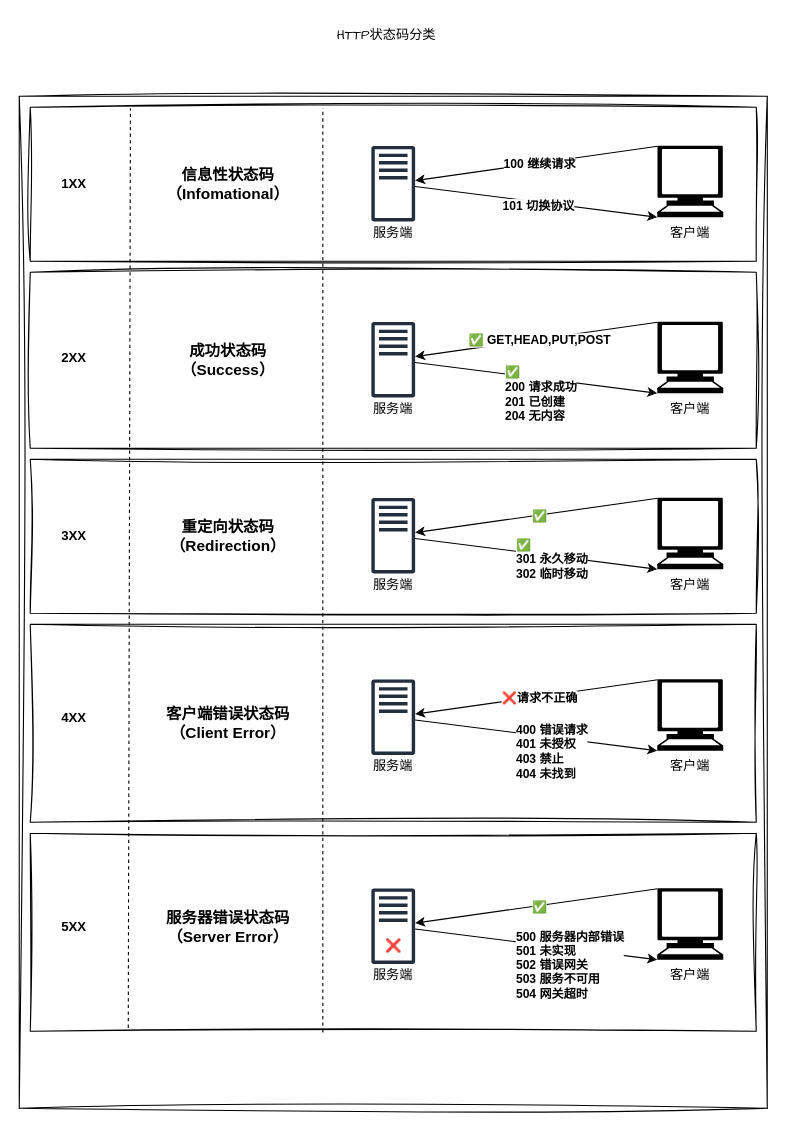
Earlier version of the draw.io diagram image-text/HTTP状态码分类.drawio (Rodert/javapub_oss). Source tidied: cells renumbered, new cells numbered last; positions are measured from the earlier drawing's top-left corner, leaving out a move shared by most shapes. Both pictures are drawn from the tidied source at 110%, with x=0, y=0 at pixel (19, 19).
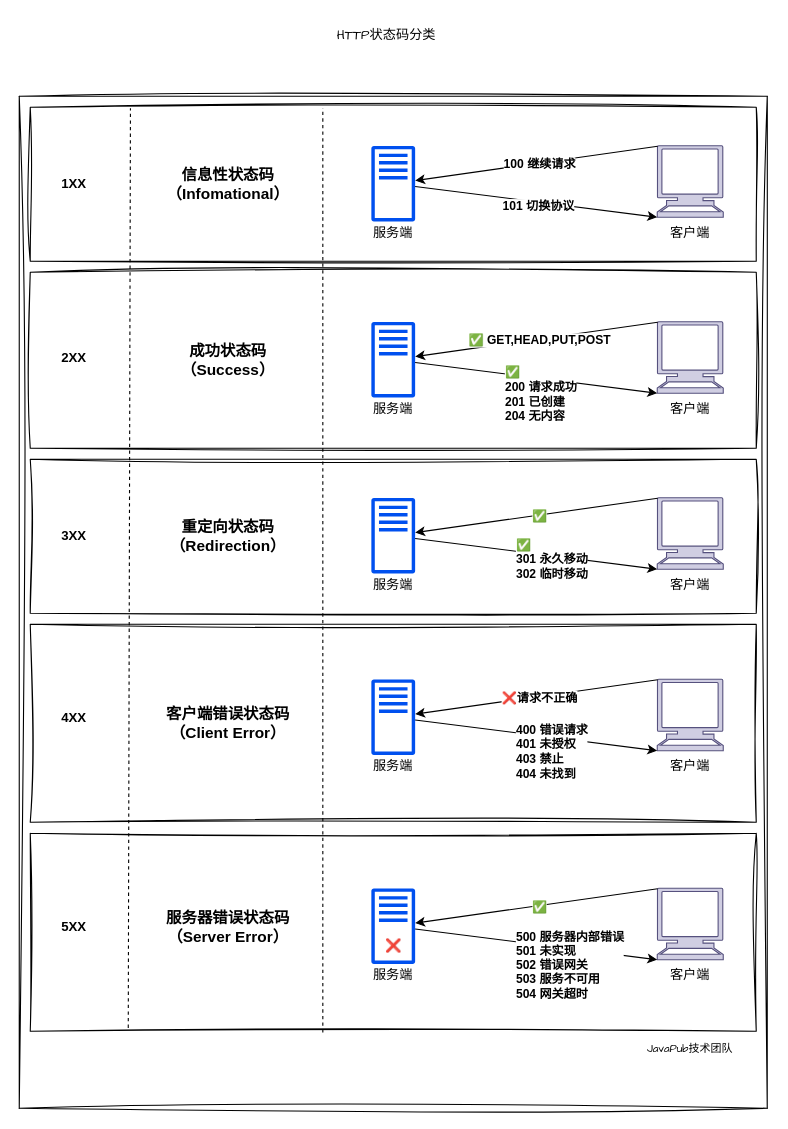
The same diagram, later.

Commit message (it also covers changes not shown here):
更新HTTP状态码分类.drawio

What changed in the source:
```diff
@@
-    <mxCell id="10" style="sketch=0;outlineConnect=0;fontColor=#232F3E;gradientColor=none;fillColor=#232F3D;strokeColor=none;dashed=0;verticalLabelPosition=bottom;verticalAlign=top;align=center;html=1;fontSize=12;fontStyle=0;shape=mxgraph.aws4.traditional_server;hachureGap=4;jiggle=2;curveFitting=1;fontFamily=Architects Daughter;" parent="1" vertex="1">
+    <mxCell id="10" style="sketch=0;outlineConnect=0;fillColor=#0050ef;strokeColor=#001DBC;dashed=0;verticalLabelPosition=bottom;verticalAlign=top;align=center;html=1;fontSize=12;fontStyle=0;shape=mxgraph.aws4.traditional_server;hachureGap=4;jiggle=2;curveFitting=1;fontFamily=Architects Daughter;fontColor=#ffffff;" parent="1" vertex="1">
       <mxGeometry x="320.1" y="115" width="39.8" height="69" as="geometry" />
     </mxCell>
-    <mxCell id="11" style="shape=mxgraph.signs.tech.computer;html=1;fillColor=#000000;strokeColor=none;verticalLabelPosition=bottom;verticalAlign=top;align=center;hachureGap=4;fontFamily=Architects Daughter;" parent="1" vertex="1">
+    <mxCell id="11" style="shape=mxgraph.signs.tech.computer;html=1;fillColor=#d0cee2;strokeColor=#56517e;verticalLabelPosition=bottom;verticalAlign=top;align=center;hachureGap=4;fontFamily=Architects Daughter;" parent="1" vertex="1">
       <mxGeometry x="580" y="115" width="60" height="65" as="geometry" />
     </mxCell>
@@
-    <mxCell id="21" style="sketch=0;outlineConnect=0;fontColor=#232F3E;gradientColor=none;fillColor=#232F3D;strokeColor=none;dashed=0;verticalLabelPosition=bottom;verticalAlign=top;align=center;html=1;fontSize=12;fontStyle=0;shape=mxgraph.aws4.traditional_server;hachureGap=4;jiggle=2;curveFitting=1;fontFamily=Architects Daughter;" parent="1" vertex="1">
+    <mxCell id="21" style="sketch=0;outlineConnect=0;fillColor=#0050ef;strokeColor=#001DBC;dashed=0;verticalLabelPosition=bottom;verticalAlign=top;align=center;html=1;fontSize=12;fontStyle=0;shape=mxgraph.aws4.traditional_server;hachureGap=4;jiggle=2;curveFitting=1;fontFamily=Architects Daughter;fontColor=#ffffff;" parent="1" vertex="1">
       <mxGeometry x="320.1" y="275" width="39.8" height="69" as="geometry" />
     </mxCell>
-    <mxCell id="22" style="shape=mxgraph.signs.tech.computer;html=1;fillColor=#000000;strokeColor=none;verticalLabelPosition=bottom;verticalAlign=top;align=center;hachureGap=4;fontFamily=Architects Daughter;" parent="1" vertex="1">
+    <mxCell id="22" style="shape=mxgraph.signs.tech.computer;html=1;fillColor=#d0cee2;strokeColor=#56517e;verticalLabelPosition=bottom;verticalAlign=top;align=center;hachureGap=4;fontFamily=Architects Daughter;" parent="1" vertex="1">
       <mxGeometry x="580" y="275" width="60" height="65" as="geometry" />
     </mxCell>
@@
-    <mxCell id="32" style="sketch=0;outlineConnect=0;fontColor=#232F3E;gradientColor=none;fillColor=#232F3D;strokeColor=none;dashed=0;verticalLabelPosition=bottom;verticalAlign=top;align=center;html=1;fontSize=12;fontStyle=0;shape=mxgraph.aws4.traditional_server;hachureGap=4;jiggle=2;curveFitting=1;fontFamily=Architects Daughter;" parent="1" vertex="1">
+    <mxCell id="32" style="sketch=0;outlineConnect=0;fillColor=#0050ef;strokeColor=#001DBC;dashed=0;verticalLabelPosition=bottom;verticalAlign=top;align=center;html=1;fontSize=12;fontStyle=0;shape=mxgraph.aws4.traditional_server;hachureGap=4;jiggle=2;curveFitting=1;fontFamily=Architects Daughter;fontColor=#ffffff;" parent="1" vertex="1">
       <mxGeometry x="320.1" y="435" width="39.8" height="69" as="geometry" />
     </mxCell>
-    <mxCell id="33" style="shape=mxgraph.signs.tech.computer;html=1;fillColor=#000000;strokeColor=none;verticalLabelPosition=bottom;verticalAlign=top;align=center;hachureGap=4;fontFamily=Architects Daughter;" parent="1" vertex="1">
+    <mxCell id="33" style="shape=mxgraph.signs.tech.computer;html=1;fillColor=#d0cee2;strokeColor=#56517e;verticalLabelPosition=bottom;verticalAlign=top;align=center;hachureGap=4;fontFamily=Architects Daughter;" parent="1" vertex="1">
       <mxGeometry x="580" y="435" width="60" height="65" as="geometry" />
     </mxCell>
@@
-    <mxCell id="43" style="sketch=0;outlineConnect=0;fontColor=#232F3E;gradientColor=none;fillColor=#232F3D;strokeColor=none;dashed=0;verticalLabelPosition=bottom;verticalAlign=top;align=center;html=1;fontSize=12;fontStyle=0;shape=mxgraph.aws4.traditional_server;hachureGap=4;jiggle=2;curveFitting=1;fontFamily=Architects Daughter;" parent="1" vertex="1">
+    <mxCell id="43" style="sketch=0;outlineConnect=0;fillColor=#0050ef;strokeColor=#001DBC;dashed=0;verticalLabelPosition=bottom;verticalAlign=top;align=center;html=1;fontSize=12;fontStyle=0;shape=mxgraph.aws4.traditional_server;hachureGap=4;jiggle=2;curveFitting=1;fontFamily=Architects Daughter;fontColor=#ffffff;" parent="1" vertex="1">
       <mxGeometry x="320.1" y="600" width="39.8" height="69" as="geometry" />
     </mxCell>
-    <mxCell id="44" style="shape=mxgraph.signs.tech.computer;html=1;fillColor=#000000;strokeColor=none;verticalLabelPosition=bottom;verticalAlign=top;align=center;hachureGap=4;fontFamily=Architects Daughter;" parent="1" vertex="1">
+    <mxCell id="44" style="shape=mxgraph.signs.tech.computer;html=1;fillColor=#d0cee2;strokeColor=#56517e;verticalLabelPosition=bottom;verticalAlign=top;align=center;hachureGap=4;fontFamily=Architects Daughter;" parent="1" vertex="1">
       <mxGeometry x="580" y="600" width="60" height="65" as="geometry" />
     </mxCell>
@@
-    <mxCell id="54" style="sketch=0;outlineConnect=0;fontColor=#232F3E;gradientColor=none;fillColor=#232F3D;strokeColor=none;dashed=0;verticalLabelPosition=bottom;verticalAlign=top;align=center;html=1;fontSize=12;fontStyle=0;shape=mxgraph.aws4.traditional_server;hachureGap=4;jiggle=2;curveFitting=1;fontFamily=Architects Daughter;" parent="1" vertex="1">
+    <mxCell id="54" style="sketch=0;outlineConnect=0;fillColor=#0050ef;strokeColor=#001DBC;dashed=0;verticalLabelPosition=bottom;verticalAlign=top;align=center;html=1;fontSize=12;fontStyle=0;shape=mxgraph.aws4.traditional_server;hachureGap=4;jiggle=2;curveFitting=1;fontFamily=Architects Daughter;fontColor=#ffffff;" parent="1" vertex="1">
       <mxGeometry x="320.1" y="790" width="39.8" height="69" as="geometry" />
     </mxCell>
-    <mxCell id="55" style="shape=mxgraph.signs.tech.computer;html=1;fillColor=#000000;strokeColor=none;verticalLabelPosition=bottom;verticalAlign=top;align=center;hachureGap=4;fontFamily=Architects Daughter;" parent="1" vertex="1">
+    <mxCell id="55" style="shape=mxgraph.signs.tech.computer;html=1;fillColor=#d0cee2;strokeColor=#56517e;verticalLabelPosition=bottom;verticalAlign=top;align=center;hachureGap=4;fontFamily=Architects Daughter;" parent="1" vertex="1">
       <mxGeometry x="580" y="790" width="60" height="65" as="geometry" />
     </mxCell>
@@
-    <mxCell id="62" value="❌" style="text;html=1;align=center;verticalAlign=middle;strokeColor=none;fillColor=none;fontFamily=Architects Daughter;" parent="1" vertex="1">
+    <mxCell id="62" value="❌" style="text;html=1;align=center;verticalAlign=middle;fontFamily=Architects Daughter;" parent="1" vertex="1">
       <mxGeometry x="319.9" y="829" width="40" height="30" as="geometry" />
     </mxCell>
@@
+    <mxCell id="65" value="JavaPub技术团队" style="text;html=1;align=center;verticalAlign=middle;whiteSpace=wrap;rounded=0;fontFamily=Architects Daughter;fontSize=10;" parent="1" vertex="1">
+      <mxGeometry x="570" y="930" width="80" height="10" as="geometry" />
+    </mxCell>
```
